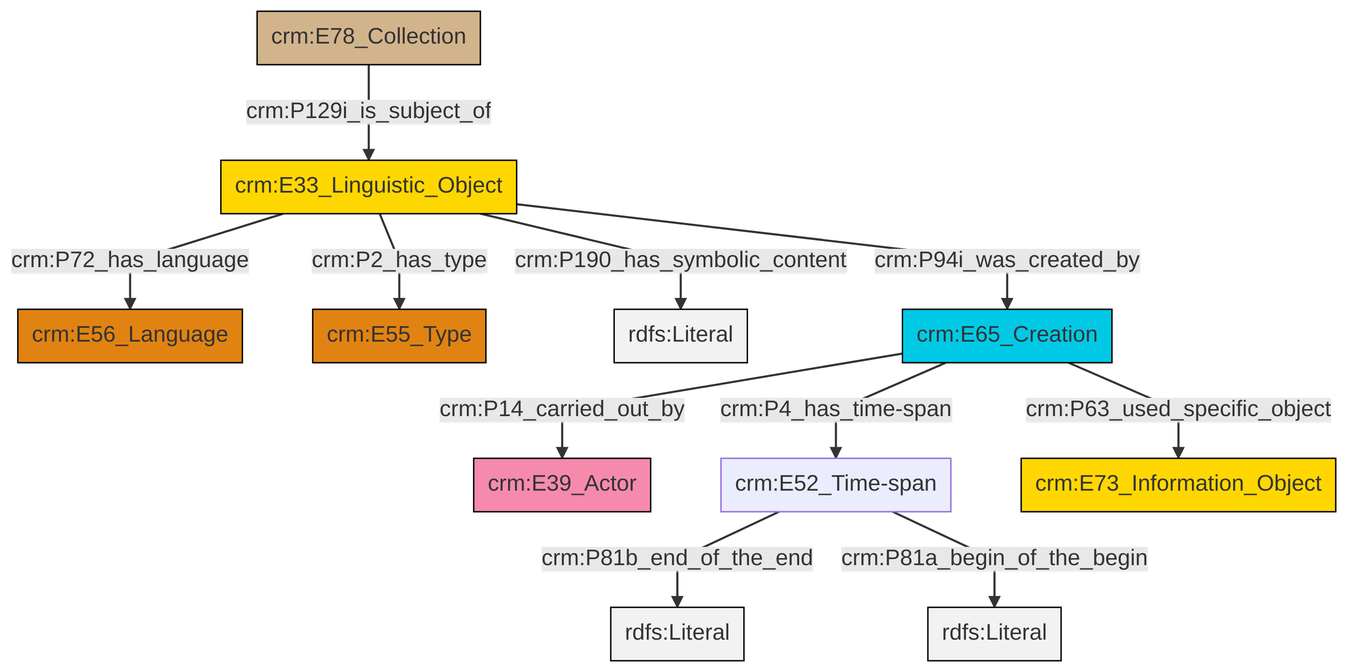
Before: et/archivalCSV/ttl/mmd/png/archival_desc.png, a diagram exported from Mermaid (swiss-art-research-net/docs.swissartresearch). Its source is kept beside it as et/archivalCSV/ttl/mmd/archival_desc.ttl.mmd.
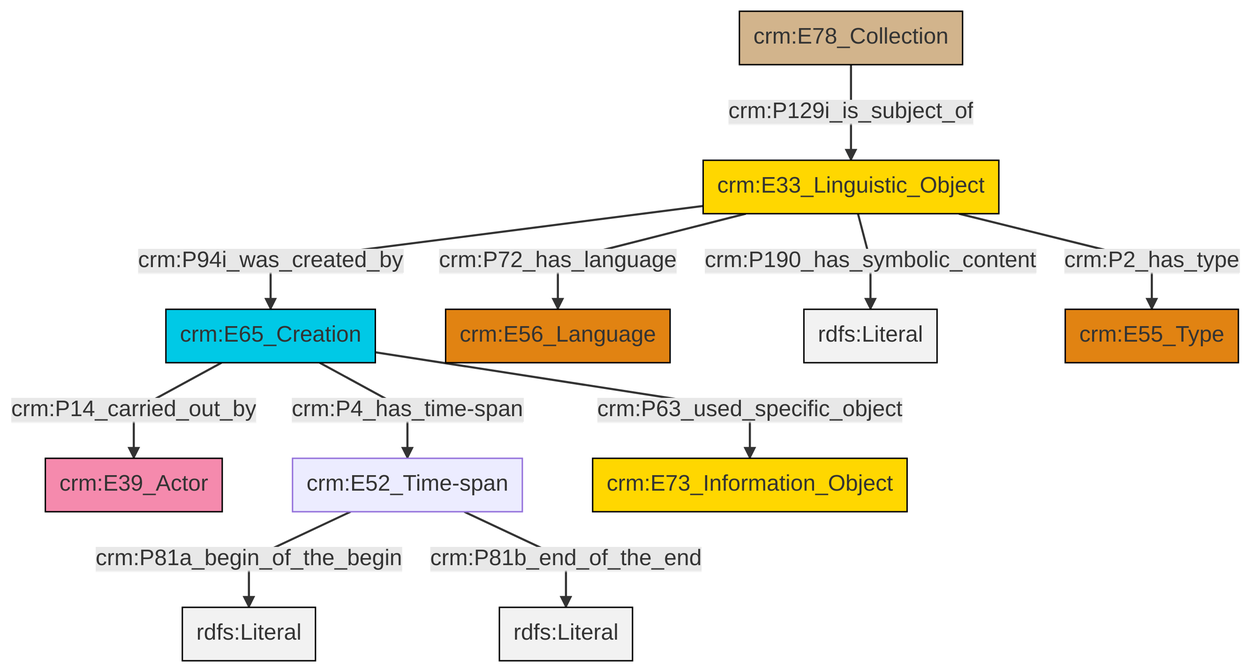
After the change.

The edit, as a diff of the source:
```diff
@@ -13,13 +13,13 @@
 classDef PC_Classes fill:#4ce600, stroke:#000000;
 classDef Multi fill:#cccccc,stroke:#000000;
 
-4["crm:E52_Time-span"]:::Default -->|crm:P81b_end_of_the_end| 5[rdfs:Literal]:::Literal
-8["crm:E33_Linguistic_Object"]:::Conceptual_Object -->|crm:P2_has_type| 9["crm:E55_Type"]:::Type
-8["crm:E33_Linguistic_Object"]:::Conceptual_Object -->|crm:P190_has_symbolic_content| 10[rdfs:Literal]:::Literal
-8["crm:E33_Linguistic_Object"]:::Conceptual_Object -->|crm:P72_has_language| 6["crm:E56_Language"]:::Type
-4["crm:E52_Time-span"]:::Default -->|crm:P81a_begin_of_the_begin| 11[rdfs:Literal]:::Literal
-8["crm:E33_Linguistic_Object"]:::Conceptual_Object -->|crm:P94i_was_created_by| 12["crm:E65_Creation"]:::Temporal_Entity
-12["crm:E65_Creation"]:::Temporal_Entity -->|crm:P4_has_time-span| 4["crm:E52_Time-span"]:::Default
-12["crm:E65_Creation"]:::Temporal_Entity -->|crm:P63_used_specific_object| 17["crm:E73_Information_Object"]:::Conceptual_Object
-0["crm:E78_Collection"]:::Physical_Thing -->|crm:P129i_is_subject_of| 8["crm:E33_Linguistic_Object"]:::Conceptual_Object
-12["crm:E65_Creation"]:::Temporal_Entity -->|crm:P14_carried_out_by| 2["crm:E39_Actor"]:::Actor
+2["crm:E65_Creation"]:::Temporal_Entity -->|crm:P63_used_specific_object| 8["crm:E73_Information_Object"]:::Conceptual_Object
+6["crm:E52_Time-span"]:::Default -->|crm:P81a_begin_of_the_begin| 9[rdfs:Literal]:::Literal
+2["crm:E65_Creation"]:::Temporal_Entity -->|crm:P14_carried_out_by| 4["crm:E39_Actor"]:::Actor
+0["crm:E78_Collection"]:::Physical_Thing -->|crm:P129i_is_subject_of| 10["crm:E33_Linguistic_Object"]:::Conceptual_Object
+10["crm:E33_Linguistic_Object"]:::Conceptual_Object -->|crm:P94i_was_created_by| 2["crm:E65_Creation"]:::Temporal_Entity
+2["crm:E65_Creation"]:::Temporal_Entity -->|crm:P4_has_time-span| 6["crm:E52_Time-span"]:::Default
+6["crm:E52_Time-span"]:::Default -->|crm:P81b_end_of_the_end| 14[rdfs:Literal]:::Literal
+10["crm:E33_Linguistic_Object"]:::Conceptual_Object -->|crm:P190_has_symbolic_content| 15[rdfs:Literal]:::Literal
+10["crm:E33_Linguistic_Object"]:::Conceptual_Object -->|crm:P72_has_language| 11["crm:E56_Language"]:::Type
+10["crm:E33_Linguistic_Object"]:::Conceptual_Object -->|crm:P2_has_type| 17["crm:E55_Type"]:::Type
```
